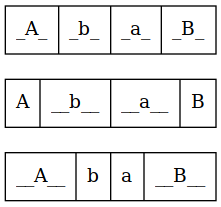
The Graphviz diagram disjoint.png in fluxrider/playlist_shuffle, before a commit. Its source is kept beside it as disjoint.dot. Its diagram source:
```dot
digraph {
  node[shape=record]
  rankdir=LR
  split_small [label="{ __A__ | b | a | __B__ }"]
  split_big [label="{ A | __b__ | __a__ | B }"]
  split_med [label="{ _A_ | _b_ | _a_ | _B_ }"]
}
```
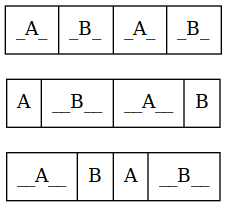
After the commit.

What changed in the source:
```diff
@@ -1,7 +1,7 @@
 digraph {
   node[shape=record]
   rankdir=LR
-  split_small [label="{ __A__ | b | a | __B__ }"]
-  split_big [label="{ A | __b__ | __a__ | B }"]
-  split_med [label="{ _A_ | _b_ | _a_ | _B_ }"]
+  split_small [label="{ __A__ | B | A | __B__ }"]
+  split_big [label="{ A | __B__ | __A__ | B }"]
+  split_med [label="{ _A_ | _B_ | _A_ | _B_ }"]
 }
```
